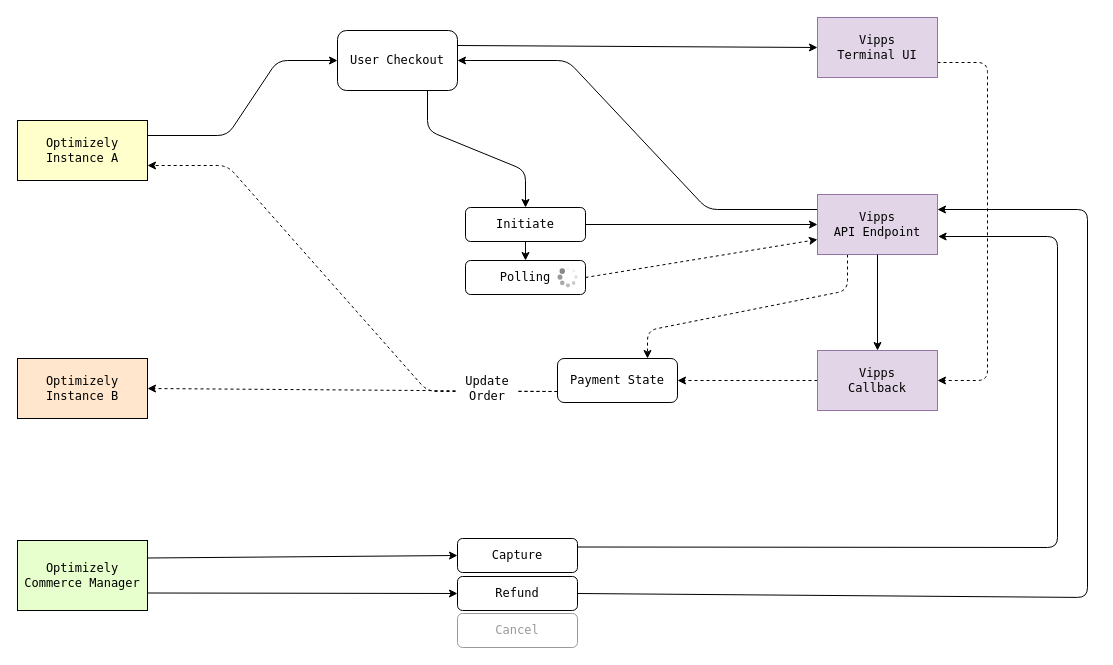
Before: page "CMS12" (2 of 2) of docs/data-flow.drawio in Geta/vipps-episerver, a draw.io diagram. Source tidied: cells renumbered, new cells numbered last; positions are measured from the earlier drawing's top-left corner, leaving out a move shared by most shapes. Both pictures are drawn from the tidied source at 100%, with x=0, y=0 at pixel (17, 17).
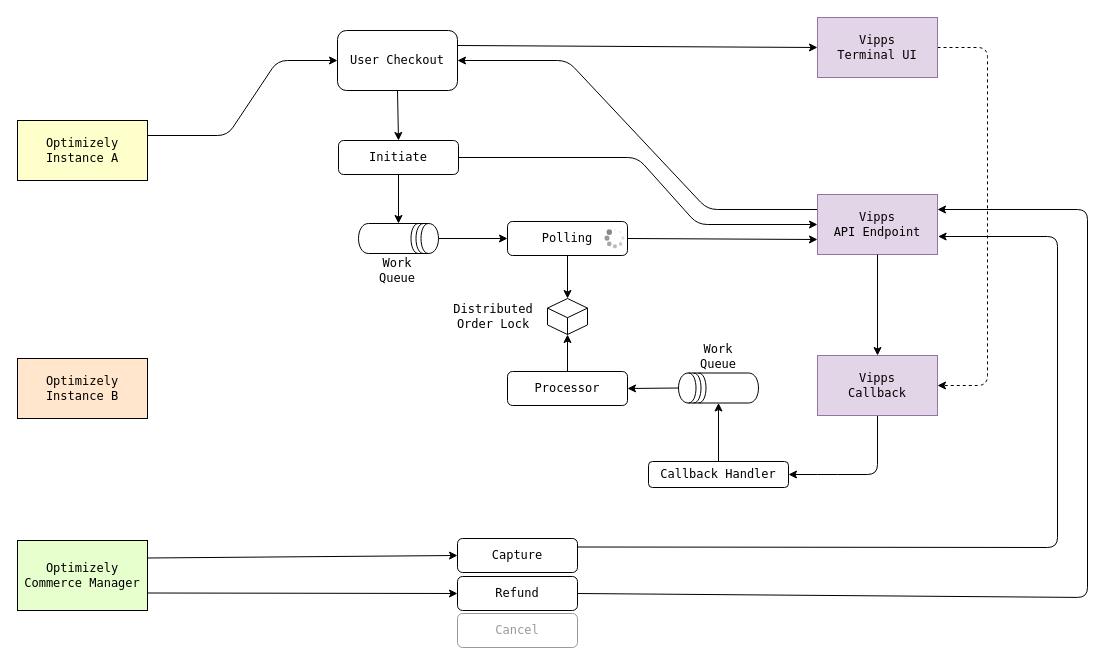
The same page after the edit.

Unchanged cells that the change refers to:
```xml
<mxCell id="4" value="User Checkout" style="rounded=1;whiteSpace=wrap;html=1;fontFamily=Lucida Console;" parent="1" vertex="1">
  <mxGeometry x="320" y="13" width="120" height="60" as="geometry" />
</mxCell>
<mxCell id="6" value="Optimizely&lt;br&gt;Instance A" style="rounded=0;whiteSpace=wrap;html=1;fontFamily=Lucida Console;fillColor=#FFFFCC;" parent="1" vertex="1">
  <mxGeometry y="103" width="130" height="60" as="geometry" />
</mxCell>
<mxCell id="7" value="Optimizely&lt;br&gt;Instance B" style="rounded=0;whiteSpace=wrap;html=1;fontFamily=Lucida Console;fillColor=#FFE6CC;" parent="1" vertex="1">
  <mxGeometry y="341" width="130" height="60" as="geometry" />
</mxCell>
<mxCell id="9" value="Vipps&lt;br&gt;Terminal UI" style="rounded=0;whiteSpace=wrap;html=1;fontFamily=Lucida Console;fillColor=#e1d5e7;strokeColor=#9673a6;" parent="1" vertex="1">
  <mxGeometry x="800" width="120" height="60" as="geometry" />
</mxCell>
<mxCell id="12" value="Vipps&lt;br&gt;API Endpoint" style="rounded=0;whiteSpace=wrap;html=1;fontFamily=Lucida Console;fillColor=#e1d5e7;strokeColor=#9673a6;" parent="1" vertex="1">
  <mxGeometry x="800" y="177" width="120" height="60" as="geometry" />
</mxCell>
```

Diff of the diagram source:
```diff
@@
+    <mxCell id="3" style="edgeStyle=none;html=1;exitX=1;exitY=0.25;exitDx=0;exitDy=0;entryX=0;entryY=0.5;entryDx=0;entryDy=0;fontFamily=Lucida Console;" parent="1" edge="1" source="4" target="9">
+      <mxGeometry relative="1" as="geometry" />
+    </mxCell>
-    <mxCell id="2" style="edgeStyle=none;html=1;exitX=0.75;exitY=1;exitDx=0;exitDy=0;entryX=0.5;entryY=0;entryDx=0;entryDy=0;fontFamily=Lucida Console;" parent="1" edge="1" source="4" target="18">
-      <mxGeometry relative="1" as="geometry">
-        <Array as="points">
-          <mxPoint x="410" y="113" />
-          <mxPoint x="508" y="153" />
-        </Array>
-      </mxGeometry>
+    <mxCell id="2" style="edgeStyle=none;html=1;exitX=0.5;exitY=1;exitDx=0;exitDy=0;entryX=0.5;entryY=0;entryDx=0;entryDy=0;" parent="1" edge="1" source="4" target="18">
+      <mxGeometry relative="1" as="geometry" />
     </mxCell>
-    <mxCell id="3" style="edgeStyle=none;html=1;exitX=1;exitY=0.25;exitDx=0;exitDy=0;entryX=0;entryY=0.5;entryDx=0;entryDy=0;fontFamily=Lucida Console;" parent="1" edge="1" source="4" target="9">
-      <mxGeometry relative="1" as="geometry" />
-    </mxCell>
@@
-    <mxCell id="8" style="edgeStyle=none;html=1;exitX=1;exitY=0.75;exitDx=0;exitDy=0;entryX=1;entryY=0.5;entryDx=0;entryDy=0;dashed=1;fontFamily=Lucida Console;" parent="1" edge="1" source="9" target="14">
+    <mxCell id="8" style="edgeStyle=none;html=1;exitX=1;exitY=0.5;exitDx=0;exitDy=0;entryX=1;entryY=0.5;entryDx=0;entryDy=0;dashed=1;fontFamily=Lucida Console;" parent="1" edge="1" source="9" target="14">
       <mxGeometry relative="1" as="geometry">
         <Array as="points">
-          <mxPoint x="970" y="45" />
-          <mxPoint x="970" y="363" />
+          <mxPoint x="970" y="30" />
+          <mxPoint x="970" y="368" />
         </Array>
       </mxGeometry>
     </mxCell>
@@
-    <mxCell id="10" style="edgeStyle=none;html=1;exitX=0.25;exitY=1;exitDx=0;exitDy=0;entryX=0.75;entryY=0;entryDx=0;entryDy=0;dashed=1;fontFamily=Lucida Console;" parent="1" edge="1" source="12" target="23">
-      <mxGeometry relative="1" as="geometry">
-        <Array as="points">
-          <mxPoint x="830" y="273" />
-          <mxPoint x="630" y="313" />
-        </Array>
-      </mxGeometry>
-    </mxCell>
@@
-    <mxCell id="13" style="edgeStyle=none;html=1;exitX=0;exitY=0.5;exitDx=0;exitDy=0;entryX=1;entryY=0.5;entryDx=0;entryDy=0;dashed=1;fontFamily=Lucida Console;" parent="1" edge="1" source="14" target="23">
-      <mxGeometry relative="1" as="geometry" />
+    <mxCell id="13" style="edgeStyle=none;html=1;exitX=0.5;exitY=1;exitDx=0;exitDy=0;entryX=1;entryY=0.5;entryDx=0;entryDy=0;" parent="1" edge="1" source="14" target="23">
+      <mxGeometry relative="1" as="geometry">
+        <Array as="points">
+          <mxPoint x="860" y="457" />
+          <mxPoint x="810" y="457" />
+        </Array>
+      </mxGeometry>
     </mxCell>
     <mxCell id="14" value="Vipps&lt;br&gt;Callback" style="rounded=0;whiteSpace=wrap;html=1;fontFamily=Lucida Console;fillColor=#e1d5e7;strokeColor=#9673a6;" parent="1" vertex="1">
-      <mxGeometry x="800" y="333" width="120" height="60" as="geometry" />
+      <mxGeometry x="800" y="338" width="120" height="60" as="geometry" />
     </mxCell>
@@
-    <mxCell id="16" style="edgeStyle=none;html=1;exitX=0.5;exitY=1;exitDx=0;exitDy=0;entryX=0.5;entryY=0;entryDx=0;entryDy=0;fontFamily=Lucida Console;" parent="1" edge="1" source="18" target="20">
-      <mxGeometry relative="1" as="geometry" />
-    </mxCell>
     <mxCell id="17" style="edgeStyle=none;html=1;exitX=1;exitY=0.5;exitDx=0;exitDy=0;entryX=0;entryY=0.5;entryDx=0;entryDy=0;fontFamily=Lucida Console;" parent="1" edge="1" source="18" target="12">
-      <mxGeometry relative="1" as="geometry" />
+      <mxGeometry relative="1" as="geometry">
+        <Array as="points">
+          <mxPoint x="620" y="140" />
+          <mxPoint x="680" y="207" />
+        </Array>
+      </mxGeometry>
     </mxCell>
+    <mxCell id="34" style="edgeStyle=none;html=1;exitX=0.5;exitY=1;exitDx=0;exitDy=0;entryX=0;entryY=0.5;entryDx=0;entryDy=0;" parent="1" edge="1" source="18" target="38">
+      <mxGeometry relative="1" as="geometry" />
+    </mxCell>
     <mxCell id="18" value="Initiate" style="rounded=1;whiteSpace=wrap;html=1;fontFamily=Lucida Console;" parent="1" vertex="1">
-      <mxGeometry x="448" y="190" width="120" height="34" as="geometry" />
+      <mxGeometry x="321" y="123" width="120" height="34" as="geometry" />
     </mxCell>
+    <mxCell id="35" style="edgeStyle=none;html=1;exitX=0.5;exitY=1;exitDx=0;exitDy=0;entryX=0.5;entryY=0;entryDx=0;entryDy=0;entryPerimeter=0;" parent="1" edge="1" source="20" target="39">
+      <mxGeometry relative="1" as="geometry" />
+    </mxCell>
-    <mxCell id="19" style="edgeStyle=none;html=1;exitX=1;exitY=0.5;exitDx=0;exitDy=0;entryX=0;entryY=0.75;entryDx=0;entryDy=0;dashed=1;fontFamily=Lucida Console;" parent="1" edge="1" source="20" target="12">
+    <mxCell id="19" style="edgeStyle=none;html=1;exitX=1;exitY=0.5;exitDx=0;exitDy=0;entryX=0;entryY=0.75;entryDx=0;entryDy=0;" parent="1" edge="1" source="20" target="12">
       <mxGeometry relative="1" as="geometry" />
     </mxCell>
     <mxCell id="20" value="Polling" style="rounded=1;whiteSpace=wrap;html=1;fontFamily=Lucida Console;" parent="1" vertex="1">
-      <mxGeometry x="448" y="243" width="120" height="34" as="geometry" />
+      <mxGeometry x="490" y="204" width="120" height="34" as="geometry" />
     </mxCell>
-    <mxCell id="21" style="edgeStyle=none;html=1;exitX=0;exitY=0.75;exitDx=0;exitDy=0;entryX=1;entryY=0.75;entryDx=0;entryDy=0;dashed=1;fontFamily=Lucida Console;" parent="1" edge="1" source="23" target="6">
-      <mxGeometry relative="1" as="geometry">
-        <Array as="points">
-          <mxPoint x="410" y="374" />
-          <mxPoint x="210" y="148" />
-        </Array>
-      </mxGeometry>
-    </mxCell>
-    <mxCell id="22" style="edgeStyle=none;html=1;exitX=0;exitY=0.75;exitDx=0;exitDy=0;entryX=1;entryY=0.5;entryDx=0;entryDy=0;dashed=1;fontFamily=Lucida Console;" parent="1" edge="1" source="23" target="7">
-      <mxGeometry relative="1" as="geometry" />
-    </mxCell>
+    <mxCell id="36" style="edgeStyle=none;html=1;exitX=0.5;exitY=0;exitDx=0;exitDy=0;entryX=0;entryY=0.5;entryDx=0;entryDy=0;" parent="1" edge="1" source="23" target="43">
+      <mxGeometry relative="1" as="geometry" />
+    </mxCell>
-    <mxCell id="23" value="Payment State" style="rounded=1;whiteSpace=wrap;html=1;fontFamily=Lucida Console;" parent="1" vertex="1">
-      <mxGeometry x="540" y="341" width="120" height="44" as="geometry" />
+    <mxCell id="23" value="Callback Handler" style="rounded=1;whiteSpace=wrap;html=1;fontFamily=Lucida Console;" parent="1" vertex="1">
+      <mxGeometry x="631" y="444" width="140" height="26" as="geometry" />
     </mxCell>
@@
-    <mxCell id="32" value="Update Order" style="text;html=1;strokeColor=none;fillColor=default;align=center;verticalAlign=middle;whiteSpace=wrap;rounded=0;fontFamily=Lucida Console;" parent="1" vertex="1">
-      <mxGeometry x="440" y="356" width="60" height="30" as="geometry" />
-    </mxCell>
     <mxCell id="33" style="verticalLabelPosition=bottom;shadow=0;dashed=0;align=center;html=1;verticalAlign=top;strokeWidth=1;shape=mxgraph.mockup.misc.loading_circle_1;fontFamily=Lucida Console;fillColor=none;" parent="1" vertex="1">
-      <mxGeometry x="540" y="250" width="20" height="20" as="geometry" />
+      <mxGeometry x="587" y="211" width="20" height="20" as="geometry" />
     </mxCell>
+    <mxCell id="37" style="edgeStyle=none;html=1;exitX=0.5;exitY=0;exitDx=0;exitDy=0;entryX=0;entryY=0.5;entryDx=0;entryDy=0;" parent="1" edge="1" source="38" target="20">
+      <mxGeometry relative="1" as="geometry" />
+    </mxCell>
+    <mxCell id="38" style="shape=datastore;whiteSpace=wrap;html=1;rotation=90;" parent="1" vertex="1">
+      <mxGeometry x="366" y="181" width="30" height="80" as="geometry" />
+    </mxCell>
+    <mxCell id="39" style="whiteSpace=wrap;html=1;shape=mxgraph.basic.isocube;isoAngle=15;" parent="1" vertex="1">
+      <mxGeometry x="530" y="281" width="40" height="36" as="geometry" />
+    </mxCell>
+    <mxCell id="40" value="Work Queue" style="text;html=1;strokeColor=none;fillColor=default;align=center;verticalAlign=middle;whiteSpace=wrap;rounded=0;fontFamily=Lucida Console;" parent="1" vertex="1">
+      <mxGeometry x="350" y="238" width="60" height="30" as="geometry" />
+    </mxCell>
+    <mxCell id="41" value="Distributed Order Lock" style="text;html=1;strokeColor=none;fillColor=none;align=center;verticalAlign=middle;whiteSpace=wrap;rounded=0;fontFamily=Lucida Console;" parent="1" vertex="1">
+      <mxGeometry x="421" y="284" width="110" height="30" as="geometry" />
+    </mxCell>
+    <mxCell id="42" style="edgeStyle=none;html=1;exitX=0.5;exitY=0;exitDx=0;exitDy=0;entryX=1;entryY=0.5;entryDx=0;entryDy=0;" parent="1" edge="1" source="43" target="46">
+      <mxGeometry relative="1" as="geometry" />
+    </mxCell>
+    <mxCell id="43" style="shape=datastore;whiteSpace=wrap;html=1;rotation=-90;" parent="1" vertex="1">
+      <mxGeometry x="686" y="330.5" width="30" height="80" as="geometry" />
+    </mxCell>
+    <mxCell id="44" value="Work Queue" style="text;html=1;strokeColor=none;fillColor=default;align=center;verticalAlign=middle;whiteSpace=wrap;rounded=0;fontFamily=Lucida Console;" parent="1" vertex="1">
+      <mxGeometry x="671" y="324" width="60" height="30" as="geometry" />
+    </mxCell>
+    <mxCell id="45" style="edgeStyle=none;html=1;exitX=0.5;exitY=0;exitDx=0;exitDy=0;entryX=0.5;entryY=1;entryDx=0;entryDy=0;entryPerimeter=0;" parent="1" edge="1" source="46" target="39">
+      <mxGeometry relative="1" as="geometry" />
+    </mxCell>
+    <mxCell id="46" value="Processor" style="rounded=1;whiteSpace=wrap;html=1;fontFamily=Lucida Console;" parent="1" vertex="1">
+      <mxGeometry x="490" y="354" width="120" height="34" as="geometry" />
+    </mxCell>
```
